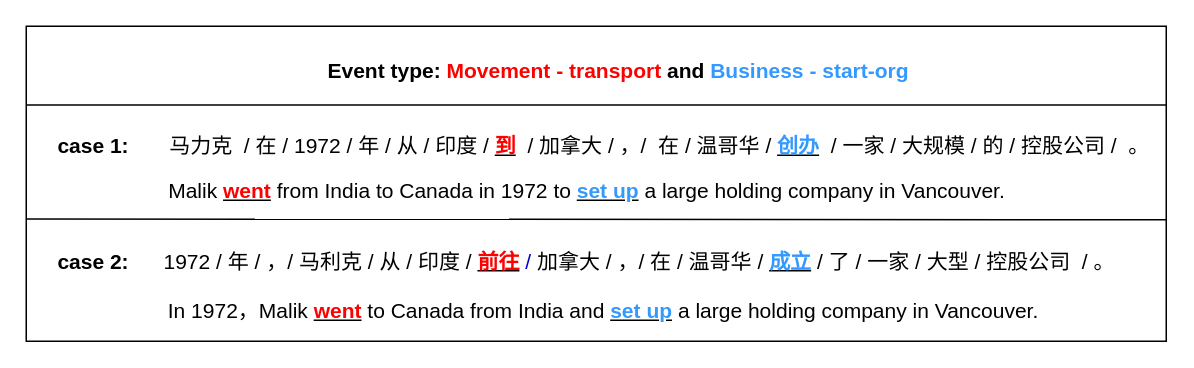
Earlier version of the draw.io diagram texttext2.drawio (gitofding/first_repository). Source tidied: cells renumbered, new cells numbered last; positions are measured from the earlier drawing's top-left corner, leaving out a move shared by most shapes. Both pictures are drawn from the tidied source at 150%, with x=0, y=0 at pixel (26, 26).
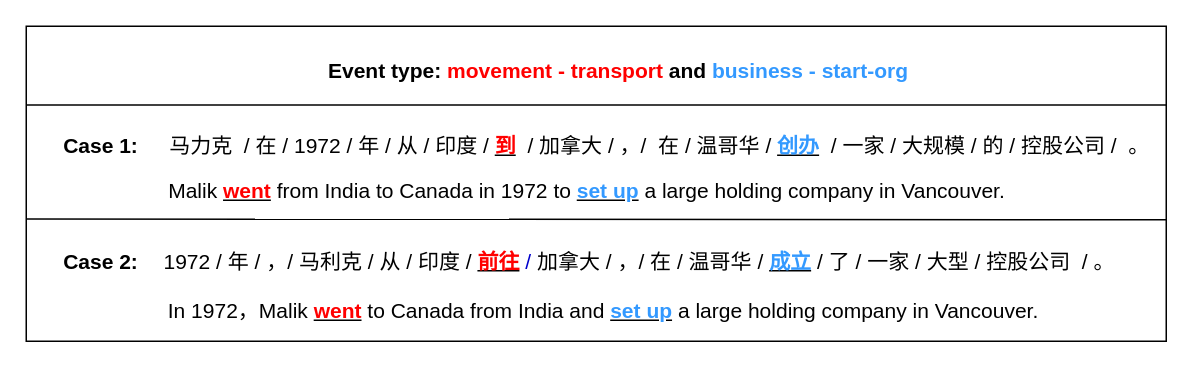
The same diagram, later.

Change to the diagram source:
```diff
@@
 <mxGraphModel>
   <root>
     <mxCell id="0" />
     <mxCell id="1" parent="0" />
     <mxCell id="2" style="rounded=0;whiteSpace=wrap;html=1;" parent="1" vertex="1">
       <mxGeometry width="760" height="210" as="geometry" />
     </mxCell>
     <mxCell id="3" value="&lt;span style=&quot;font-size: 14px&quot;&gt;马力克&amp;nbsp; / 在 / 1972 / 年 / 从 / 印度 /&amp;nbsp;&lt;/span&gt;&lt;b style=&quot;font-size: 14px&quot;&gt;&lt;u&gt;&lt;font color=&quot;#ff0000&quot;&gt;到&lt;/font&gt;&lt;/u&gt;&amp;nbsp;&lt;/b&gt;&lt;span style=&quot;font-size: 14px&quot;&gt;&amp;nbsp;/ 加拿大 / ，/&amp;nbsp; 在 / 温哥华 /&amp;nbsp;&lt;/span&gt;&lt;b style=&quot;font-size: 14px&quot;&gt;&lt;u&gt;&lt;font color=&quot;#3399ff&quot;&gt;创办&lt;/font&gt;&lt;/u&gt;&lt;/b&gt;&lt;font color=&quot;#ff0000&quot; style=&quot;font-size: 14px&quot;&gt;&amp;nbsp;&amp;nbsp;&lt;/font&gt;&lt;span style=&quot;font-size: 14px&quot;&gt;/ 一家 / 大规模 / 的 / 控股公司 /&amp;nbsp; 。&lt;/span&gt;" style="text;html=1;strokeColor=none;fillColor=none;align=center;verticalAlign=middle;whiteSpace=wrap;rounded=0;" parent="1" vertex="1">
       <mxGeometry x="92" y="70" width="661" height="20" as="geometry" />
     </mxCell>
     <mxCell id="4" value="&lt;span style=&quot;font-size: 14px&quot;&gt;1972 / 年 / ，/ 马利克 / 从 / 印度 /&amp;nbsp;&lt;/span&gt;&lt;b style=&quot;font-size: 14px&quot;&gt;&lt;u&gt;&lt;font color=&quot;#ff0000&quot;&gt;前往&lt;/font&gt;&lt;/u&gt;&lt;/b&gt;&lt;font color=&quot;#0000cc&quot; style=&quot;font-size: 14px&quot;&gt;&amp;nbsp;/&amp;nbsp;&lt;/font&gt;&lt;span style=&quot;font-size: 14px&quot;&gt;加拿大 / ，/ 在 / 温哥华 /&amp;nbsp;&lt;/span&gt;&lt;b style=&quot;font-size: 14px&quot;&gt;&lt;u&gt;&lt;font color=&quot;#3399ff&quot;&gt;成立&lt;/font&gt;&lt;/u&gt;&amp;nbsp;&lt;/b&gt;&lt;span style=&quot;font-size: 14px&quot;&gt;/ 了 / 一家 / 大型 / 控股公司&amp;nbsp; / 。&lt;/span&gt;" style="text;html=1;strokeColor=none;fillColor=none;align=center;verticalAlign=middle;whiteSpace=wrap;rounded=0;" parent="1" vertex="1">
       <mxGeometry x="59" y="147" width="700" height="20" as="geometry" />
     </mxCell>
     <mxCell id="5" value="&lt;span style=&quot;font-size: 14px&quot;&gt;In 1972，Malik&amp;nbsp;&lt;/span&gt;&lt;b style=&quot;font-size: 14px&quot;&gt;&lt;u&gt;&lt;font color=&quot;#ff0000&quot;&gt;went&lt;/font&gt;&lt;/u&gt;&lt;/b&gt;&lt;span style=&quot;font-size: 14px&quot;&gt;&lt;font color=&quot;#ff0000&quot;&gt;&amp;nbsp;&lt;/font&gt;to Canada from India and&amp;nbsp;&lt;/span&gt;&lt;b style=&quot;font-size: 14px&quot;&gt;&lt;u&gt;&lt;font color=&quot;#3399ff&quot;&gt;set up&lt;/font&gt;&lt;/u&gt;&lt;/b&gt;&lt;span style=&quot;font-size: 14px&quot;&gt;&amp;nbsp;a large holding company in Vancouver.&lt;/span&gt;" style="text;html=1;strokeColor=none;fillColor=none;align=center;verticalAlign=middle;whiteSpace=wrap;rounded=0;" parent="1" vertex="1">
       <mxGeometry x="60" y="180" width="650" height="20" as="geometry" />
     </mxCell>
     <mxCell id="6" value="&lt;span style=&quot;font-size: 14px&quot;&gt;Malik&amp;nbsp;&lt;/span&gt;&lt;b style=&quot;font-size: 14px&quot;&gt;&lt;u&gt;&lt;font color=&quot;#ff0000&quot;&gt;went&lt;/font&gt;&lt;/u&gt;&lt;/b&gt;&lt;span style=&quot;font-size: 14px&quot;&gt;&amp;nbsp;from India to Canada in 1972 to&amp;nbsp;&lt;/span&gt;&lt;b style=&quot;font-size: 14px&quot;&gt;&lt;u&gt;&lt;font color=&quot;#3399ff&quot;&gt;set up&lt;/font&gt;&lt;/u&gt;&lt;/b&gt;&lt;span style=&quot;font-size: 14px&quot;&gt;&amp;nbsp;a large holding company in Vancouver.&lt;/span&gt;" style="text;html=1;strokeColor=none;fillColor=none;align=center;verticalAlign=middle;whiteSpace=wrap;rounded=0;" parent="1" vertex="1">
       <mxGeometry x="59" y="100" width="630" height="20" as="geometry" />
     </mxCell>
-    <mxCell id="7" value="&lt;b&gt;&lt;font style=&quot;font-size: 14px&quot;&gt;case 1:&lt;/font&gt;&lt;/b&gt;" style="text;html=1;strokeColor=none;fillColor=none;align=center;verticalAlign=middle;whiteSpace=wrap;rounded=0;" parent="1" vertex="1">
-      <mxGeometry x="20" y="70" width="49.8" height="20" as="geometry" />
+    <mxCell id="7" value="&lt;b&gt;&lt;font style=&quot;font-size: 14px&quot;&gt;Case 1:&lt;/font&gt;&lt;/b&gt;" style="text;html=1;strokeColor=none;fillColor=none;align=center;verticalAlign=middle;whiteSpace=wrap;rounded=0;" parent="1" vertex="1">
+      <mxGeometry x="20" y="70" width="60" height="20" as="geometry" />
     </mxCell>
-    <mxCell id="8" value="&lt;b&gt;&lt;font style=&quot;font-size: 14px&quot;&gt;case 2:&lt;/font&gt;&lt;/b&gt;" style="text;html=1;strokeColor=none;fillColor=none;align=center;verticalAlign=middle;whiteSpace=wrap;rounded=0;" parent="1" vertex="1">
-      <mxGeometry x="20" y="147" width="49.8" height="20" as="geometry" />
+    <mxCell id="8" value="&lt;b&gt;&lt;font style=&quot;font-size: 14px&quot;&gt;Case 2:&lt;/font&gt;&lt;/b&gt;" style="text;html=1;strokeColor=none;fillColor=none;align=center;verticalAlign=middle;whiteSpace=wrap;rounded=0;" parent="1" vertex="1">
+      <mxGeometry x="20" y="147" width="60" height="20" as="geometry" />
     </mxCell>
     <mxCell id="9" style="endArrow=none;html=1;exitX=0;exitY=0.25;exitDx=0;exitDy=0;" parent="1" edge="1">
       <mxGeometry relative="1" as="geometry">
         <mxPoint y="128.5" as="sourcePoint" />
         <mxPoint x="760" y="129" as="targetPoint" />
       </mxGeometry>
     </mxCell>
     <mxCell id="10" style="endArrow=none;html=1;exitX=0;exitY=0.25;exitDx=0;exitDy=0;entryX=1;entryY=0.25;entryDx=0;entryDy=0;" parent="1" edge="1" source="2" target="2">
       <mxGeometry relative="1" as="geometry" />
     </mxCell>
-    <mxCell id="11" value="&lt;font style=&quot;font-size: 14px&quot;&gt;&lt;b&gt;Event type: &lt;font color=&quot;#ff0000&quot;&gt;Movement - transport&lt;/font&gt; and &lt;font color=&quot;#3399ff&quot;&gt;Business - start-org&lt;/font&gt;&lt;/b&gt;&lt;/font&gt;" style="text;html=1;strokeColor=none;fillColor=none;align=center;verticalAlign=middle;whiteSpace=wrap;rounded=0;" parent="1" vertex="1">
+    <mxCell id="11" value="&lt;font style=&quot;font-size: 14px&quot;&gt;&lt;b&gt;Event type: &lt;font color=&quot;#ff0000&quot;&gt;movement - transport&lt;/font&gt; and &lt;font color=&quot;#3399ff&quot;&gt;business - start-org&lt;/font&gt;&lt;/b&gt;&lt;/font&gt;" style="text;html=1;strokeColor=none;fillColor=none;align=center;verticalAlign=middle;whiteSpace=wrap;rounded=0;" parent="1" vertex="1">
       <mxGeometry x="110" y="20" width="570" height="20" as="geometry" />
     </mxCell>
   </root>
 </mxGraphModel>
```
